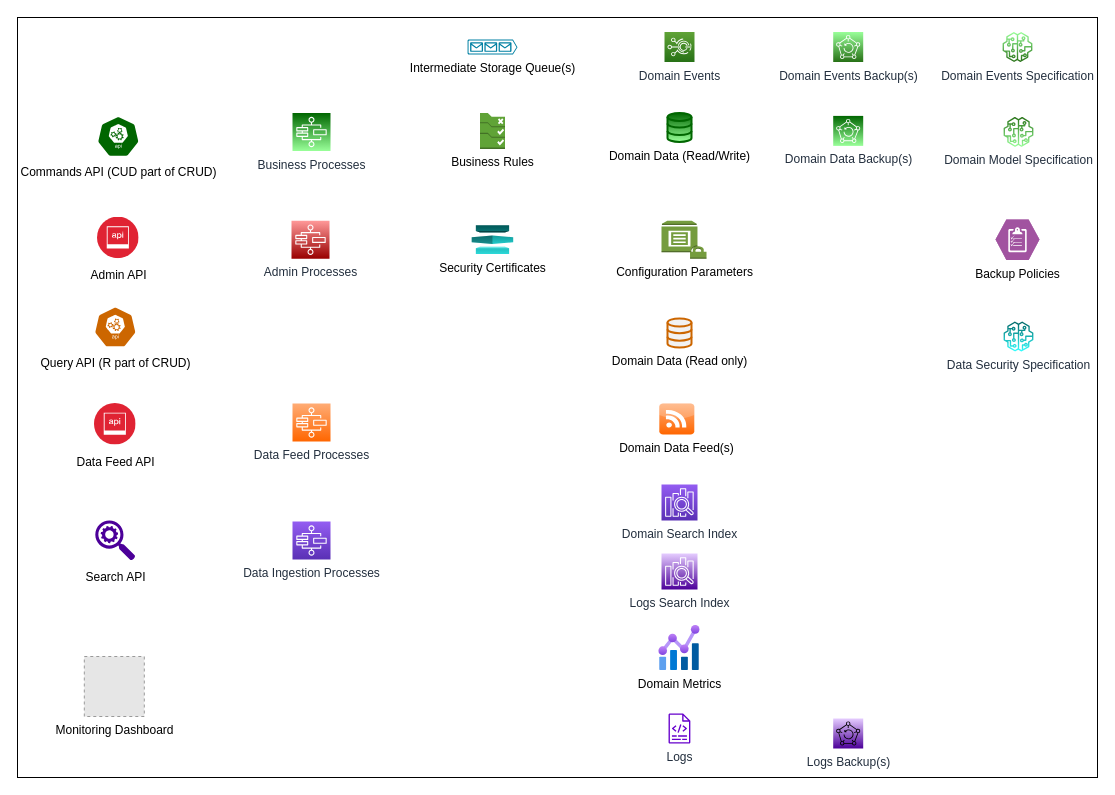
The draw.io diagram page "Big picture view - Business Domain" (1 of 2) of domain-capabilities.drawio in amjathsharief/architecture, before the edit. Source tidied: cells renumbered, new cells numbered last; positions are measured from the earlier drawing's top-left corner, leaving out a move shared by most shapes. Both pictures are drawn from the tidied source at 100%, with x=0, y=0 at pixel (17, 17). Pictures stored in the file or linked from it are replaced by grey dashed boxes.
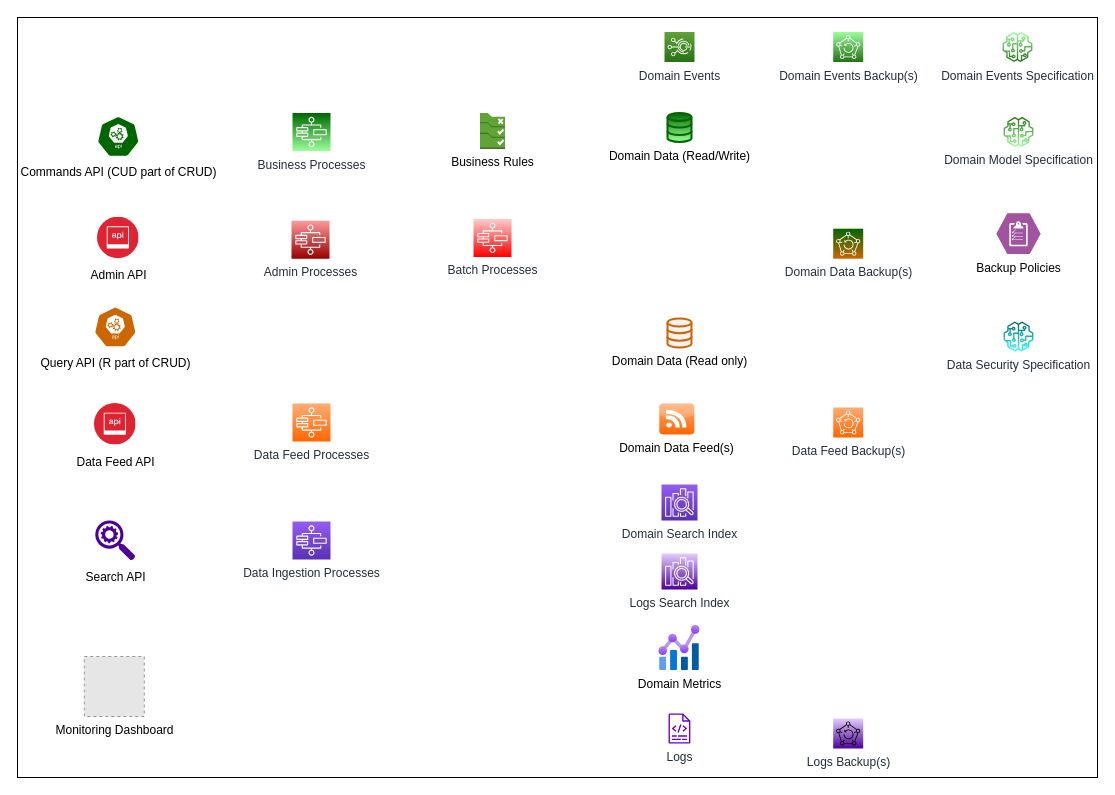
The same page after the edit.

Diff of the diagram source:
```diff
@@
-    <mxCell id="10" value="Intermediate Storage Queue(s)" style="verticalLabelPosition=bottom;html=1;verticalAlign=top;align=center;strokeColor=none;fillColor=#0080A3;shape=mxgraph.azure.queue_generic;strokeWidth=4;perimeterSpacing=2;" parent="1" vertex="1">
-      <mxGeometry x="450" y="22" width="50" height="15" as="geometry" />
-    </mxCell>
@@
-    <mxCell id="17" value="Domain Data&amp;nbsp;Backup(s)" style="sketch=0;fontColor=#232F3E;gradientColor=#99FF99;gradientDirection=south;fillColor=#006600;strokeColor=#FFFFFF;dashed=0;verticalLabelPosition=bottom;verticalAlign=top;align=center;html=1;fontSize=12;fontStyle=0;shape=mxgraph.aws4.resourceIcon;resIcon=mxgraph.aws4.backup;" parent="1" vertex="1">
-      <mxGeometry x="815.7" y="98.4" width="30" height="30" as="geometry" />
+    <mxCell id="17" value="Domain Data&amp;nbsp;Backup(s)" style="sketch=0;fontColor=#232F3E;gradientColor=#CC6600;gradientDirection=south;fillColor=#006600;strokeColor=#FFFFFF;dashed=0;verticalLabelPosition=bottom;verticalAlign=top;align=center;html=1;fontSize=12;fontStyle=0;shape=mxgraph.aws4.resourceIcon;resIcon=mxgraph.aws4.backup;" parent="1" vertex="1">
+      <mxGeometry x="815.7" y="211.2" width="30" height="30" as="geometry" />
     </mxCell>
@@
-    <mxCell id="19" value="Configuration Parameters" style="dashed=0;verticalLabelPosition=bottom;verticalAlign=top;align=center;html=1;shape=mxgraph.aws3.parameter_store;fillColor=#759C3E;gradientColor=none;fontColor=#000000;strokeColor=#006600;strokeWidth=4;" parent="1" vertex="1">
-      <mxGeometry x="644" y="203.2" width="45" height="38" as="geometry" />
-    </mxCell>
@@
-    <mxCell id="22" value="Security Certificates" style="dashed=0;verticalLabelPosition=bottom;verticalAlign=top;align=center;html=1;shape=mxgraph.aws3.certificate_manager;fillColor=#006666;gradientColor=#33FFFF;fontColor=#000000;strokeColor=none;strokeWidth=4;" parent="1" vertex="1">
-      <mxGeometry x="454.2" y="207.8" width="41.5" height="28.8" as="geometry" />
-    </mxCell>
@@
     <mxCell id="24" value="Backup Policies" style="verticalLabelPosition=bottom;sketch=0;html=1;fillColor=#A153A0;strokeColor=#ffffff;verticalAlign=top;align=center;shape=mxgraph.cisco_safe.compositeIcon;bgIcon=mxgraph.cisco_safe.design.blank_device;resIcon=mxgraph.cisco_safe.design.policy;fontColor=#000000;" parent="1" vertex="1">
-      <mxGeometry x="978" y="201.9" width="44" height="40.6" as="geometry" />
+      <mxGeometry x="979" y="196" width="44" height="40.6" as="geometry" />
     </mxCell>
@@
+    <mxCell id="32" value="Data Feed Backup(s)" style="sketch=0;fontColor=#232F3E;gradientColor=#FF6600;gradientDirection=south;fillColor=#FFAC75;strokeColor=#FFFFFF;dashed=0;verticalLabelPosition=bottom;verticalAlign=top;align=center;html=1;fontSize=12;fontStyle=0;shape=mxgraph.aws4.resourceIcon;resIcon=mxgraph.aws4.backup;" parent="1" vertex="1">
+      <mxGeometry x="815.7" y="390" width="30" height="30" as="geometry" />
+    </mxCell>
+    <mxCell id="33" value="Batch Processes" style="sketch=0;fontColor=#232F3E;gradientColor=#FFCCCC;gradientDirection=north;fillColor=#FF0000;strokeColor=#ffffff;dashed=0;verticalLabelPosition=bottom;verticalAlign=top;align=center;html=1;fontSize=12;fontStyle=0;shape=mxgraph.aws4.resourceIcon;resIcon=mxgraph.aws4.step_functions;" parent="1" vertex="1">
+      <mxGeometry x="456" y="201.4" width="38" height="38" as="geometry" />
+    </mxCell>
```
